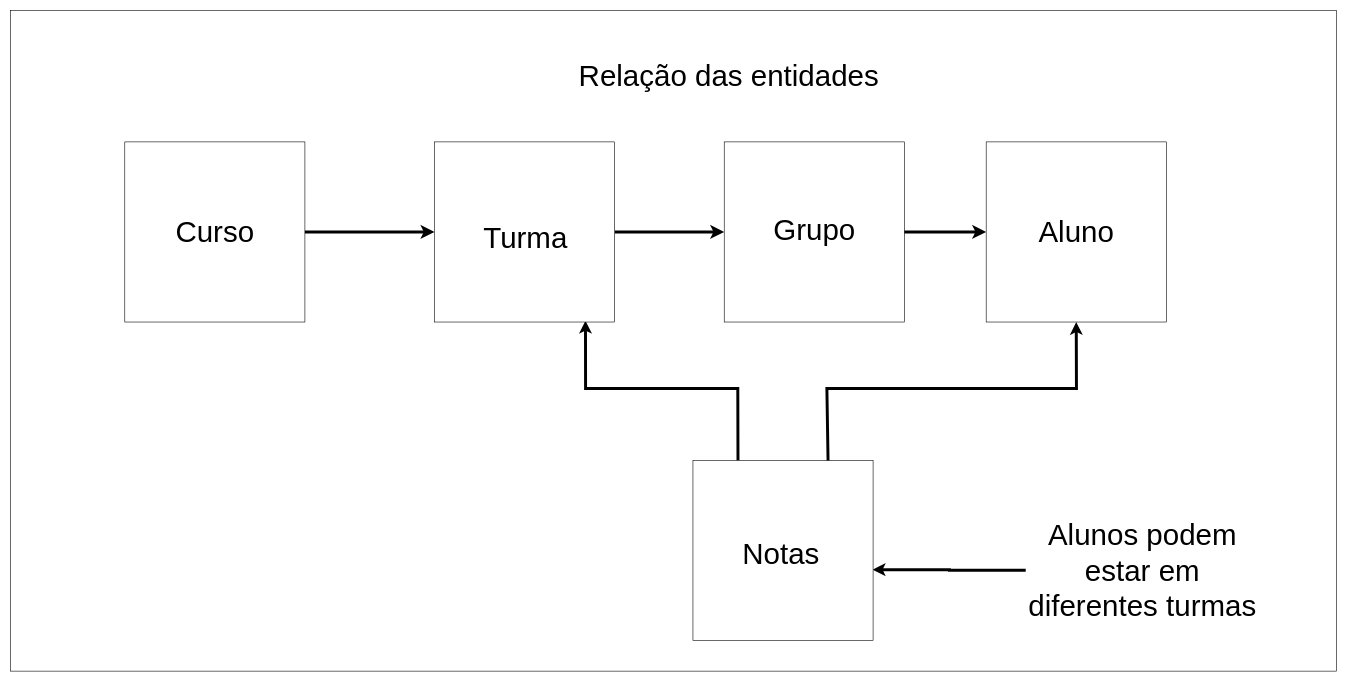
The draw.io diagram page "Relação de entidade" (1 of 4) of TeamBee_API.drawio in MateusMSoares/RepositorioTeste, before the edit. Source tidied: cells renumbered, new cells numbered last; positions are measured from the earlier drawing's top-left corner, leaving out a move shared by most shapes. Both pictures are drawn from the tidied source at 59%, with x=0, y=0 at pixel (10, 10).
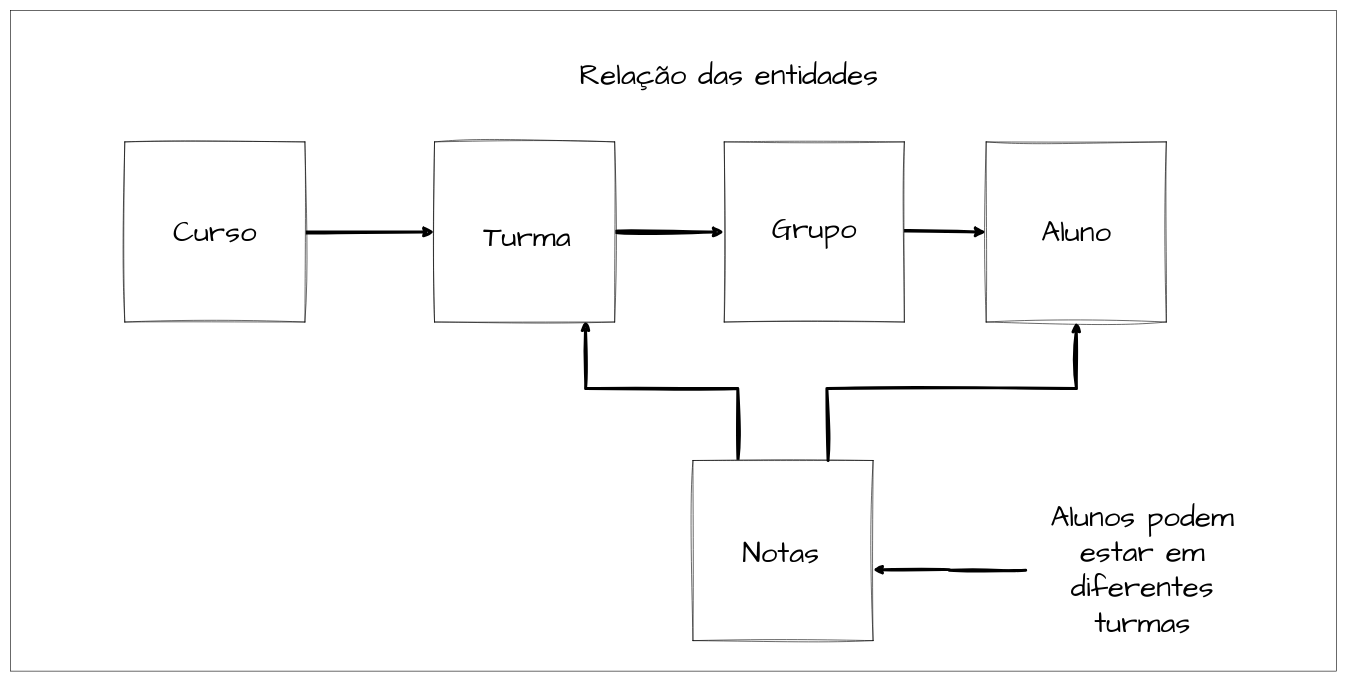
The same page after the edit.

The edit, as a diff of the source:
```diff
@@
-    <mxCell id="3" style="endArrow=classic;html=1;rounded=0;fontSize=12;startSize=8;endSize=8;curved=1;exitX=0.873;exitY=0.5;exitDx=0;exitDy=0;exitPerimeter=0;entryX=0;entryY=0.5;entryDx=0;entryDy=0;strokeWidth=5;" parent="1" edge="1" source="14" target="18">
+    <mxCell id="3" style="endArrow=classic;html=1;rounded=0;fontSize=12;startSize=8;endSize=8;curved=1;exitX=0.873;exitY=0.5;exitDx=0;exitDy=0;exitPerimeter=0;entryX=0;entryY=0.5;entryDx=0;entryDy=0;strokeWidth=5;sketch=1;curveFitting=1;jiggle=2;fontFamily=Comic Sans MS;" parent="1" edge="1" source="14" target="18">
       <mxGeometry relative="1" as="geometry" />
     </mxCell>
-    <mxCell id="4" style="endArrow=classic;html=1;rounded=0;fontSize=12;startSize=8;endSize=8;curved=1;strokeWidth=5;exitX=1;exitY=0.5;exitDx=0;exitDy=0;entryX=0;entryY=0.5;entryDx=0;entryDy=0;" parent="1" edge="1" source="18" target="25">
+    <mxCell id="4" style="endArrow=classic;html=1;rounded=0;fontSize=12;startSize=8;endSize=8;curved=1;strokeWidth=5;exitX=1;exitY=0.5;exitDx=0;exitDy=0;entryX=0;entryY=0.5;entryDx=0;entryDy=0;sketch=1;curveFitting=1;jiggle=2;fontFamily=Comic Sans MS;" parent="1" edge="1" source="18" target="25">
       <mxGeometry relative="1" as="geometry" />
     </mxCell>
-    <mxCell id="5" style="endArrow=classic;html=1;rounded=0;fontSize=12;startSize=8;endSize=8;curved=1;exitX=0.873;exitY=0.5;exitDx=0;exitDy=0;exitPerimeter=0;entryX=0;entryY=0.5;entryDx=0;entryDy=0;strokeWidth=5;" parent="1" edge="1" source="25" target="22">
+    <mxCell id="5" style="endArrow=classic;html=1;rounded=0;fontSize=12;startSize=8;endSize=8;curved=1;exitX=0.873;exitY=0.5;exitDx=0;exitDy=0;exitPerimeter=0;entryX=0;entryY=0.5;entryDx=0;entryDy=0;strokeWidth=5;sketch=1;curveFitting=1;jiggle=2;fontFamily=Comic Sans MS;" parent="1" edge="1" source="25" target="22">
       <mxGeometry relative="1" as="geometry" />
     </mxCell>
-    <mxCell id="6" value="&lt;font style=&quot;font-size: 50px;&quot;&gt;Relação das entidades&lt;/font&gt;" style="text;html=1;strokeColor=none;fillColor=none;align=center;verticalAlign=middle;whiteSpace=wrap;rounded=0;fontSize=40;" parent="1" vertex="1">
+    <mxCell id="6" value="&lt;font style=&quot;font-size: 50px;&quot;&gt;Relação das entidades&lt;/font&gt;" style="text;html=1;strokeColor=none;fillColor=none;align=center;verticalAlign=middle;whiteSpace=wrap;rounded=0;fontSize=40;sketch=1;curveFitting=1;jiggle=2;fontFamily=Comic Sans MS;" parent="1" vertex="1">
       <mxGeometry x="941" y="55" width="554" height="110" as="geometry" />
     </mxCell>
-    <mxCell id="7" style="edgeStyle=orthogonalEdgeStyle;rounded=0;jettySize=auto;html=1;entryX=0.998;entryY=0.606;entryDx=0;entryDy=0;entryPerimeter=0;strokeWidth=5;" parent="1" edge="1" source="8" target="11">
+    <mxCell id="7" style="edgeStyle=orthogonalEdgeStyle;rounded=0;jettySize=auto;html=1;entryX=0.998;entryY=0.606;entryDx=0;entryDy=0;entryPerimeter=0;strokeWidth=5;sketch=1;curveFitting=1;jiggle=2;fontFamily=Comic Sans MS;" parent="1" edge="1" source="8" target="11">
       <mxGeometry relative="1" as="geometry" />
     </mxCell>
-    <mxCell id="8" value="&lt;font style=&quot;font-size: 50px;&quot;&gt;Alunos podem estar em diferentes turmas&lt;/font&gt;" style="text;html=1;strokeColor=none;fillColor=none;align=center;verticalAlign=middle;whiteSpace=wrap;rounded=0;fontSize=40;" parent="1" vertex="1">
+    <mxCell id="8" value="&lt;font style=&quot;font-size: 50px;&quot;&gt;Alunos podem estar em diferentes turmas&lt;/font&gt;" style="text;html=1;strokeColor=none;fillColor=none;align=center;verticalAlign=middle;whiteSpace=wrap;rounded=0;fontSize=40;sketch=1;curveFitting=1;jiggle=2;fontFamily=Comic Sans MS;" parent="1" vertex="1">
       <mxGeometry x="1721" y="840" width="396" height="218" as="geometry" />
     </mxCell>
-    <mxCell id="9" style="edgeStyle=none;jettySize=auto;html=1;rounded=0;entryX=0.838;entryY=0.993;entryDx=0;entryDy=0;entryPerimeter=0;exitX=0.25;exitY=0;exitDx=0;exitDy=0;strokeWidth=5;" parent="1" edge="1" source="11" target="18">
+    <mxCell id="9" style="edgeStyle=none;jettySize=auto;html=1;rounded=0;entryX=0.838;entryY=0.993;entryDx=0;entryDy=0;entryPerimeter=0;exitX=0.25;exitY=0;exitDx=0;exitDy=0;strokeWidth=5;sketch=1;curveFitting=1;jiggle=2;fontFamily=Comic Sans MS;" parent="1" edge="1" source="11" target="18">
       <mxGeometry relative="1" as="geometry">
         <Array as="points">
           <mxPoint x="1233" y="641" />
           <mxPoint x="975" y="641" />
         </Array>
       </mxGeometry>
     </mxCell>
-    <mxCell id="10" style="group;" parent="1" vertex="1">
+    <mxCell id="10" style="group;sketch=1;curveFitting=1;jiggle=2;fontFamily=Comic Sans MS;" parent="1" vertex="1">
       <mxGeometry x="1157" y="763" width="305.3" height="305.3" as="geometry" />
     </mxCell>
-    <mxCell id="11" style="whiteSpace=wrap;html=1;fontSize=16;" parent="10" vertex="1">
+    <mxCell id="11" style="whiteSpace=wrap;html=1;fontSize=16;sketch=1;curveFitting=1;jiggle=2;fontFamily=Comic Sans MS;" parent="10" vertex="1">
       <mxGeometry width="305.3" height="305.3" as="geometry" />
     </mxCell>
-    <mxCell id="12" value="&lt;span style=&quot;color: rgb(0, 0, 0); font-family: Helvetica; font-style: normal; font-variant-ligatures: normal; font-variant-caps: normal; font-weight: 400; letter-spacing: normal; orphans: 2; text-align: center; text-indent: 0px; text-transform: none; widows: 2; word-spacing: 0px; -webkit-text-stroke-width: 0px; background-color: rgb(255, 255, 255); text-decoration-thickness: initial; text-decoration-style: initial; text-decoration-color: initial; float: none; display: inline !important;&quot;&gt;&lt;font style=&quot;font-size: 50px;&quot;&gt;Notas&lt;/font&gt;&lt;/span&gt;" style="text;whiteSpace=wrap;html=1;fontSize=40;" parent="10" vertex="1">
+    <mxCell id="12" value="&lt;span style=&quot;color: rgb(0, 0, 0); font-style: normal; font-variant-ligatures: normal; font-variant-caps: normal; font-weight: 400; letter-spacing: normal; orphans: 2; text-align: center; text-indent: 0px; text-transform: none; widows: 2; word-spacing: 0px; -webkit-text-stroke-width: 0px; background-color: rgb(255, 255, 255); text-decoration-thickness: initial; text-decoration-style: initial; text-decoration-color: initial; float: none; display: inline !important;&quot;&gt;&lt;font style=&quot;font-size: 50px;&quot;&gt;Notas&lt;/font&gt;&lt;/span&gt;" style="text;whiteSpace=wrap;html=1;fontSize=40;sketch=1;curveFitting=1;jiggle=2;fontFamily=Comic Sans MS;" parent="10" vertex="1">
       <mxGeometry x="82" y="122" width="103.6" height="54" as="geometry" />
     </mxCell>
-    <mxCell id="13" style="group;" parent="1" vertex="1">
+    <mxCell id="13" style="group;sketch=1;curveFitting=1;jiggle=2;fontFamily=Comic Sans MS;" parent="1" vertex="1">
       <mxGeometry x="194" y="223" width="305.3" height="305.3" as="geometry" />
     </mxCell>
-    <mxCell id="14" style="whiteSpace=wrap;html=1;fontSize=16;" parent="13" vertex="1">
+    <mxCell id="14" style="whiteSpace=wrap;html=1;fontSize=16;sketch=1;curveFitting=1;jiggle=2;fontFamily=Comic Sans MS;" parent="13" vertex="1">
       <mxGeometry width="305.3" height="305.3" as="geometry" />
     </mxCell>
-    <mxCell id="15" value="&lt;font style=&quot;font-size: 50px;&quot;&gt;Curso&lt;/font&gt;" style="text;html=1;strokeColor=none;fillColor=none;align=center;verticalAlign=middle;whiteSpace=wrap;rounded=0;fontSize=40;" parent="13" vertex="1">
+    <mxCell id="15" value="&lt;font style=&quot;font-size: 50px;&quot;&gt;Curso&lt;/font&gt;" style="text;html=1;strokeColor=none;fillColor=none;align=center;verticalAlign=middle;whiteSpace=wrap;rounded=0;fontSize=40;sketch=1;curveFitting=1;jiggle=2;fontFamily=Comic Sans MS;" parent="13" vertex="1">
       <mxGeometry x="100.9" y="125.7" width="103.6" height="54" as="geometry" />
     </mxCell>
-    <mxCell id="16" style="group;" parent="1" vertex="1">
+    <mxCell id="16" style="group;sketch=1;curveFitting=1;jiggle=2;fontFamily=Comic Sans MS;" parent="1" vertex="1">
       <mxGeometry x="719" y="223" width="305.3" height="305.3" as="geometry" />
     </mxCell>
-    <mxCell id="17" style="group;" parent="16" vertex="1">
+    <mxCell id="17" style="group;sketch=1;curveFitting=1;jiggle=2;fontFamily=Comic Sans MS;" parent="16" vertex="1">
       <mxGeometry width="305.3" height="305.3" as="geometry" />
     </mxCell>
-    <mxCell id="18" style="whiteSpace=wrap;html=1;fontSize=16;" parent="17" vertex="1">
+    <mxCell id="18" style="whiteSpace=wrap;html=1;fontSize=16;sketch=1;curveFitting=1;jiggle=2;fontFamily=Comic Sans MS;" parent="17" vertex="1">
       <mxGeometry width="305.3" height="305.3" as="geometry" />
     </mxCell>
-    <mxCell id="19" value="&lt;span style=&quot;color: rgb(0, 0, 0); font-family: Helvetica; font-style: normal; font-variant-ligatures: normal; font-variant-caps: normal; font-weight: 400; letter-spacing: normal; orphans: 2; text-align: center; text-indent: 0px; text-transform: none; widows: 2; word-spacing: 0px; -webkit-text-stroke-width: 0px; background-color: rgb(255, 255, 255); text-decoration-thickness: initial; text-decoration-style: initial; text-decoration-color: initial; float: none; display: inline !important;&quot;&gt;&lt;font style=&quot;font-size: 50px;&quot;&gt;Turma&lt;/font&gt;&lt;/span&gt;" style="text;whiteSpace=wrap;html=1;fontSize=40;" parent="17" vertex="1">
+    <mxCell id="19" value="&lt;span style=&quot;color: rgb(0, 0, 0); font-style: normal; font-variant-ligatures: normal; font-variant-caps: normal; font-weight: 400; letter-spacing: normal; orphans: 2; text-align: center; text-indent: 0px; text-transform: none; widows: 2; word-spacing: 0px; -webkit-text-stroke-width: 0px; background-color: rgb(255, 255, 255); text-decoration-thickness: initial; text-decoration-style: initial; text-decoration-color: initial; float: none; display: inline !important;&quot;&gt;&lt;font style=&quot;font-size: 50px;&quot;&gt;Turma&lt;/font&gt;&lt;/span&gt;" style="text;whiteSpace=wrap;html=1;fontSize=40;sketch=1;curveFitting=1;jiggle=2;fontFamily=Comic Sans MS;" parent="17" vertex="1">
       <mxGeometry x="81" y="125.7" width="103.6" height="54" as="geometry" />
     </mxCell>
-    <mxCell id="20" style="edgeStyle=none;jettySize=auto;html=1;rounded=0;exitX=0.75;exitY=0;exitDx=0;exitDy=0;entryX=0.5;entryY=1;entryDx=0;entryDy=0;strokeWidth=5;" parent="1" edge="1" source="11" target="22">
+    <mxCell id="20" style="edgeStyle=none;jettySize=auto;html=1;rounded=0;exitX=0.75;exitY=0;exitDx=0;exitDy=0;entryX=0.5;entryY=1;entryDx=0;entryDy=0;strokeWidth=5;sketch=1;curveFitting=1;jiggle=2;fontFamily=Comic Sans MS;" parent="1" edge="1" source="11" target="22">
       <mxGeometry relative="1" as="geometry">
         <Array as="points">
           <mxPoint x="1384" y="641" />
           <mxPoint x="1807" y="641" />
         </Array>
       </mxGeometry>
     </mxCell>
-    <mxCell id="21" style="group;" parent="1" vertex="1">
+    <mxCell id="21" style="group;sketch=1;curveFitting=1;jiggle=2;fontFamily=Comic Sans MS;" parent="1" vertex="1">
       <mxGeometry x="1654" y="223" width="305.3" height="305.3" as="geometry" />
     </mxCell>
-    <mxCell id="22" style="whiteSpace=wrap;html=1;fontSize=16;" parent="21" vertex="1">
+    <mxCell id="22" style="whiteSpace=wrap;html=1;fontSize=16;sketch=1;curveFitting=1;jiggle=2;fontFamily=Comic Sans MS;" parent="21" vertex="1">
       <mxGeometry width="305.3" height="305.3" as="geometry" />
     </mxCell>
-    <mxCell id="23" value="&lt;font style=&quot;font-size: 50px;&quot;&gt;Aluno&lt;/font&gt;" style="text;html=1;strokeColor=none;fillColor=default;align=center;verticalAlign=middle;whiteSpace=wrap;rounded=0;fontSize=40;" parent="21" vertex="1">
+    <mxCell id="23" value="&lt;font style=&quot;font-size: 50px;&quot;&gt;Aluno&lt;/font&gt;" style="text;html=1;strokeColor=none;fillColor=default;align=center;verticalAlign=middle;whiteSpace=wrap;rounded=0;fontSize=40;sketch=1;curveFitting=1;jiggle=2;fontFamily=Comic Sans MS;" parent="21" vertex="1">
       <mxGeometry x="100.9" y="125.7" width="103.6" height="54" as="geometry" />
     </mxCell>
-    <mxCell id="24" style="group;" parent="1" vertex="1">
+    <mxCell id="24" style="group;sketch=1;curveFitting=1;jiggle=2;fontFamily=Comic Sans MS;" parent="1" vertex="1">
       <mxGeometry x="1210" y="223" width="305.3" height="305.3" as="geometry" />
     </mxCell>
-    <mxCell id="25" style="whiteSpace=wrap;html=1;fontSize=16;" parent="24" vertex="1">
+    <mxCell id="25" style="whiteSpace=wrap;html=1;fontSize=16;sketch=1;curveFitting=1;jiggle=2;fontFamily=Comic Sans MS;" parent="24" vertex="1">
       <mxGeometry width="305.3" height="305.3" as="geometry" />
     </mxCell>
-    <mxCell id="26" value="&lt;font style=&quot;font-size: 50px;&quot;&gt;Grupo&lt;/font&gt;" style="text;html=1;strokeColor=none;fillColor=none;align=center;verticalAlign=middle;whiteSpace=wrap;rounded=0;fontSize=40;" parent="24" vertex="1">
+    <mxCell id="26" value="&lt;font style=&quot;font-size: 50px;&quot;&gt;Grupo&lt;/font&gt;" style="text;html=1;strokeColor=none;fillColor=none;align=center;verticalAlign=middle;whiteSpace=wrap;rounded=0;fontSize=40;sketch=1;curveFitting=1;jiggle=2;fontFamily=Comic Sans MS;" parent="24" vertex="1">
       <mxGeometry x="100.9" y="121.3" width="103.6" height="54" as="geometry" />
     </mxCell>
```
